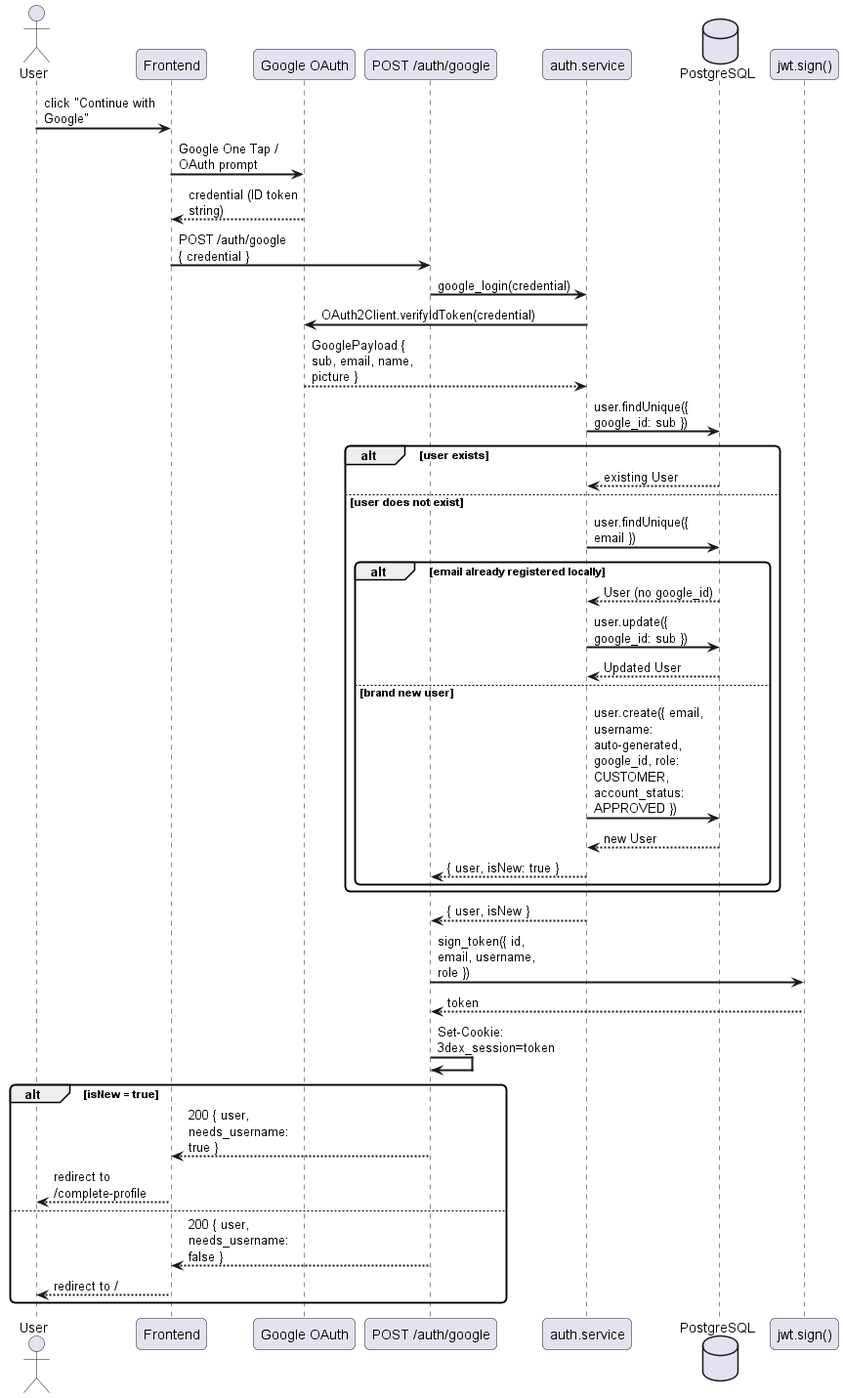
Above: docs/diagrams/exports/sequence/auth/sequence_google_oauth.png in Schryzon/3Dex (PlantUML), before the change. Its diagram source:
```plantuml
@startuml
skinparam sequenceArrowThickness 2
skinparam roundcorner 10
skinparam maxmessagesize 120

actor "User" as U
participant "Frontend" as FE
participant "Google OAuth" as G
participant "POST /auth/google" as API
participant "auth.service" as AS
database "PostgreSQL" as DB
participant "jwt.sign()" as JWT

U -> FE : click "Continue with Google"
FE -> G : Google One Tap / OAuth prompt
G --> FE : credential (ID token string)
FE -> API : POST /auth/google\n{ credential }
API -> AS : google_login(credential)
AS -> G : OAuth2Client.verifyIdToken(credential)
G --> AS : GooglePayload { sub, email, name, picture }
AS -> DB : user.findUnique({ google_id: sub })
alt user exists
    DB --> AS : existing User
else user does not exist
    AS -> DB : user.findUnique({ email })
    alt email already registered locally
        DB --> AS : User (no google_id)
        AS -> DB : user.update({ google_id: sub })
        DB --> AS : Updated User
    else brand new user
        AS -> DB : user.create({ email, username: auto-generated, google_id, role: CUSTOMER, account_status: APPROVED })
        DB --> AS : new User
        AS --> API : { user, isNew: true }
    end
end
AS --> API : { user, isNew }
API -> JWT : sign_token({ id, email, username, role })
JWT --> API : token
API -> API : Set-Cookie: 3dex_session=token
alt isNew = true
    API --> FE : 200 { user, needs_username: true }
    FE --> U : redirect to /complete-profile
else
    API --> FE : 200 { user, needs_username: false }
    FE --> U : redirect to /
end
@enduml
```
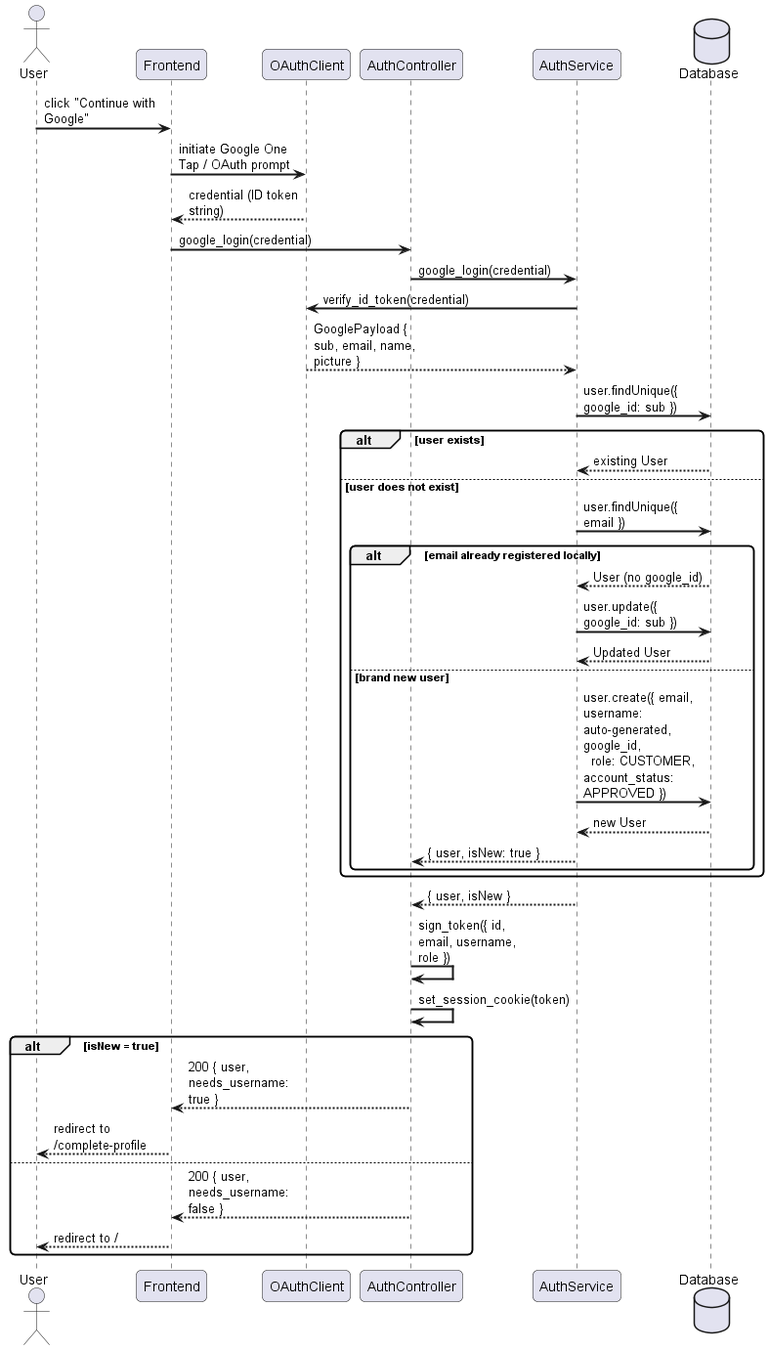
Later version of the same file.

Diff of the diagram source:
```diff
@@ -5,18 +5,17 @@
 
 actor "User" as U
 participant "Frontend" as FE
-participant "Google OAuth" as G
-participant "POST /auth/google" as API
-participant "auth.service" as AS
-database "PostgreSQL" as DB
-participant "jwt.sign()" as JWT
+participant "OAuthClient" as G
+participant "AuthController" as AC
+participant "AuthService" as AS
+database "Database" as DB
 
 U -> FE : click "Continue with Google"
-FE -> G : Google One Tap / OAuth prompt
+FE -> G : initiate Google One Tap / OAuth prompt
 G --> FE : credential (ID token string)
-FE -> API : POST /auth/google\n{ credential }
-API -> AS : google_login(credential)
-AS -> G : OAuth2Client.verifyIdToken(credential)
+FE -> AC : google_login(credential)
+AC -> AS : google_login(credential)
+AS -> G : verify_id_token(credential)
 G --> AS : GooglePayload { sub, email, name, picture }
 AS -> DB : user.findUnique({ google_id: sub })
 alt user exists
@@ -28,20 +27,19 @@
         AS -> DB : user.update({ google_id: sub })
         DB --> AS : Updated User
     else brand new user
-        AS -> DB : user.create({ email, username: auto-generated, google_id, role: CUSTOMER, account_status: APPROVED })
+        AS -> DB : user.create({ email, username: auto-generated, google_id,\n  role: CUSTOMER, account_status: APPROVED })
         DB --> AS : new User
-        AS --> API : { user, isNew: true }
+        AS --> AC : { user, isNew: true }
     end
 end
-AS --> API : { user, isNew }
-API -> JWT : sign_token({ id, email, username, role })
-JWT --> API : token
-API -> API : Set-Cookie: 3dex_session=token
+AS --> AC : { user, isNew }
+AC -> AC : sign_token({ id, email, username, role })
+AC -> AC : set_session_cookie(token)
 alt isNew = true
-    API --> FE : 200 { user, needs_username: true }
+    AC --> FE : 200 { user, needs_username: true }
     FE --> U : redirect to /complete-profile
 else
-    API --> FE : 200 { user, needs_username: false }
+    AC --> FE : 200 { user, needs_username: false }
     FE --> U : redirect to /
 end
 @enduml
```
